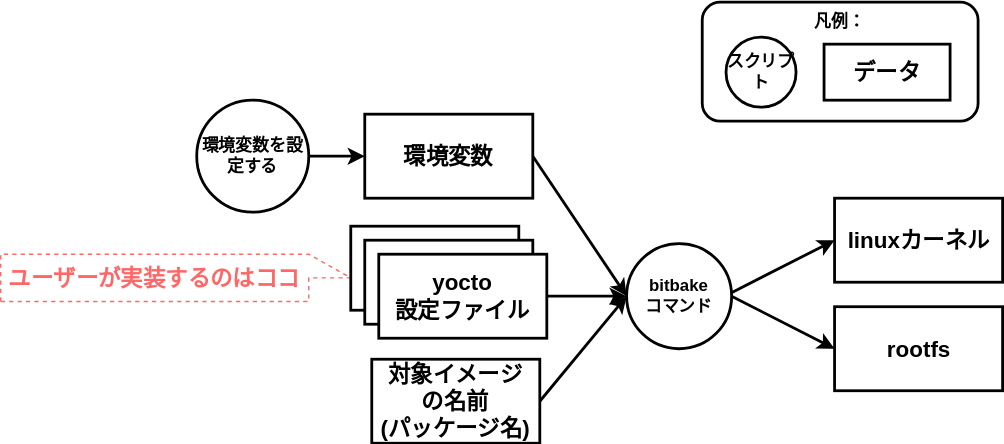
Before: manual/docs/level-1/images/os-build.drawio.svg, a diagram exported from draw.io (AngryMane/yocto-learning). Source tidied: cells renumbered, new cells last; positions are measured from the earlier drawing's top-left corner, leaving out a move shared by most shapes. Source of this version:
```xml
<mxGraphModel>
  <root>
    <mxCell id="0" />
    <mxCell id="1" parent="0" />
    <mxCell id="2" style="edgeStyle=none;html=1;entryX=0;entryY=0.5;entryDx=0;entryDy=0;endArrow=classic;endFill=1;strokeWidth=2;fontStyle=1;" parent="1" edge="1" target="10">
      <mxGeometry relative="1" as="geometry">
        <mxPoint x="517" y="210" as="sourcePoint" />
      </mxGeometry>
    </mxCell>
    <mxCell id="3" style="edgeStyle=none;html=1;entryX=0;entryY=0.5;entryDx=0;entryDy=0;strokeWidth=2;exitX=1;exitY=0.5;exitDx=0;exitDy=0;" parent="1" edge="1" source="18" target="11">
      <mxGeometry relative="1" as="geometry" />
    </mxCell>
    <mxCell id="4" style="edgeStyle=none;html=1;exitX=1;exitY=0.5;exitDx=0;exitDy=0;fontStyle=1;strokeWidth=2;entryX=0;entryY=0.5;entryDx=0;entryDy=0;" parent="1" edge="1" source="16" target="18">
      <mxGeometry relative="1" as="geometry" />
    </mxCell>
    <mxCell id="5" style="edgeStyle=none;html=1;exitX=1;exitY=0.5;exitDx=0;exitDy=0;strokeWidth=2;entryX=0;entryY=0.5;entryDx=0;entryDy=0;" parent="1" edge="1" source="6" target="18">
      <mxGeometry relative="1" as="geometry" />
    </mxCell>
    <mxCell id="6" value="環境変数" style="rounded=0;whiteSpace=wrap;html=1;fontSize=16;fontStyle=1;strokeWidth=2;" parent="1" vertex="1">
      <mxGeometry x="260" y="80" width="120" height="60" as="geometry" />
    </mxCell>
    <mxCell id="7" style="edgeStyle=none;html=1;exitX=1;exitY=0.5;exitDx=0;exitDy=0;strokeWidth=2;" parent="1" edge="1" source="8" target="6">
      <mxGeometry relative="1" as="geometry" />
    </mxCell>
    <mxCell id="8" value="環境変数を設定する" style="ellipse;whiteSpace=wrap;html=1;flipH=1;fontStyle=1;strokeWidth=2;" parent="1" vertex="1">
      <mxGeometry x="140" y="70" width="80" height="80" as="geometry" />
    </mxCell>
    <mxCell id="9" value="ユーザーが実装するのはココ" style="shape=callout;whiteSpace=wrap;html=1;perimeter=calloutPerimeter;dashed=1;strokeWidth=1;fillColor=none;direction=north;strokeColor=#FF6666;fontColor=#FF6666;fontStyle=1;fontSize=16;" parent="1" vertex="1">
      <mxGeometry y="180" width="250" height="33.8" as="geometry" />
    </mxCell>
    <mxCell id="10" value="linuxカーネル" style="rounded=0;whiteSpace=wrap;html=1;fontSize=16;fontStyle=1;strokeWidth=2;" parent="1" vertex="1">
      <mxGeometry x="595.5" y="140" width="120" height="60" as="geometry" />
    </mxCell>
    <mxCell id="11" value="rootfs" style="rounded=0;whiteSpace=wrap;html=1;fontSize=16;fontStyle=1;strokeWidth=2;" parent="1" vertex="1">
      <mxGeometry x="595.5" y="217.5" width="120" height="60" as="geometry" />
    </mxCell>
    <mxCell id="12" style="ellipse;whiteSpace=wrap;html=1;" parent="1" vertex="1">
      <mxGeometry x="557" y="242.5" as="geometry" />
    </mxCell>
    <mxCell id="13" style="edgeStyle=none;html=1;exitX=1;exitY=0.5;exitDx=0;exitDy=0;strokeWidth=2;entryX=0;entryY=0.5;entryDx=0;entryDy=0;" parent="1" edge="1" source="17" target="18">
      <mxGeometry relative="1" as="geometry" />
    </mxCell>
    <mxCell id="14" value="poky" style="rounded=0;whiteSpace=wrap;html=1;fontSize=16;fontStyle=1;strokeWidth=2;" parent="1" vertex="1">
      <mxGeometry x="250" y="160" width="120" height="60" as="geometry" />
    </mxCell>
    <mxCell id="15" value="poky" style="rounded=0;whiteSpace=wrap;html=1;fontSize=16;fontStyle=1;strokeWidth=2;" parent="1" vertex="1">
      <mxGeometry x="260" y="170" width="120" height="60" as="geometry" />
    </mxCell>
    <mxCell id="16" value="yocto&lt;br&gt;設定ファイル" style="rounded=0;whiteSpace=wrap;html=1;fontSize=16;fontStyle=1;strokeWidth=2;" parent="1" vertex="1">
      <mxGeometry x="270" y="180" width="120" height="60" as="geometry" />
    </mxCell>
    <mxCell id="17" value="対象イメージ&lt;br&gt;の名前&lt;br&gt;(パッケージ名)" style="rounded=0;whiteSpace=wrap;html=1;fontSize=16;fontStyle=1;strokeWidth=2;" parent="1" vertex="1">
      <mxGeometry x="265" y="255" width="120" height="60" as="geometry" />
    </mxCell>
    <mxCell id="18" value="bitbake&lt;br&gt;コマンド" style="ellipse;whiteSpace=wrap;html=1;flipH=1;fontStyle=1;strokeWidth=2;" parent="1" vertex="1">
      <mxGeometry x="447" y="172.5" width="75" height="75" as="geometry" />
    </mxCell>
    <mxCell id="19" value="凡例：" style="rounded=1;whiteSpace=wrap;html=1;strokeWidth=2;fillColor=none;strokeColor=#000000;fontStyle=1;verticalAlign=top;" parent="1" vertex="1">
      <mxGeometry x="501" width="197" height="85" as="geometry" />
    </mxCell>
    <mxCell id="20" value="スクリプト" style="ellipse;whiteSpace=wrap;html=1;flipH=1;fontStyle=1;strokeWidth=2;" parent="1" vertex="1">
      <mxGeometry x="518" y="25" width="50" height="50" as="geometry" />
    </mxCell>
    <mxCell id="21" value="データ" style="rounded=0;whiteSpace=wrap;html=1;fontSize=16;fontStyle=1;strokeWidth=2;" parent="1" vertex="1">
      <mxGeometry x="588" y="30" width="90" height="40" as="geometry" />
    </mxCell>
  </root>
</mxGraphModel>
```
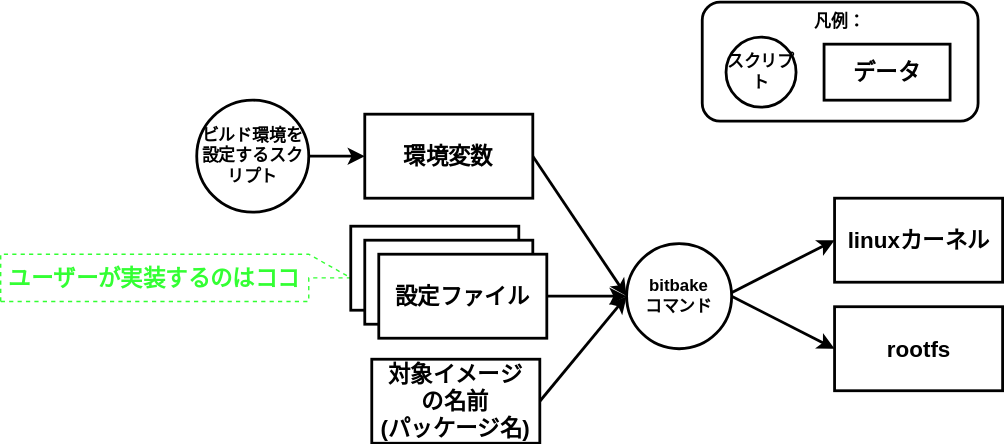
Above is the later version.

What changed in the source:
```diff
@@ -22,10 +22,10 @@
     <mxCell id="7" style="edgeStyle=none;html=1;exitX=1;exitY=0.5;exitDx=0;exitDy=0;strokeWidth=2;" parent="1" edge="1" source="8" target="6">
       <mxGeometry relative="1" as="geometry" />
     </mxCell>
-    <mxCell id="8" value="環境変数を設定する" style="ellipse;whiteSpace=wrap;html=1;flipH=1;fontStyle=1;strokeWidth=2;" parent="1" vertex="1">
+    <mxCell id="8" value="ビルド環境を設定するスクリプト" style="ellipse;whiteSpace=wrap;html=1;flipH=1;fontStyle=1;strokeWidth=2;" parent="1" vertex="1">
       <mxGeometry x="140" y="70" width="80" height="80" as="geometry" />
     </mxCell>
-    <mxCell id="9" value="ユーザーが実装するのはココ" style="shape=callout;whiteSpace=wrap;html=1;perimeter=calloutPerimeter;dashed=1;strokeWidth=1;fillColor=none;direction=north;strokeColor=#FF6666;fontColor=#FF6666;fontStyle=1;fontSize=16;" parent="1" vertex="1">
+    <mxCell id="9" value="ユーザーが実装するのはココ" style="shape=callout;whiteSpace=wrap;html=1;perimeter=calloutPerimeter;dashed=1;strokeWidth=1;fillColor=none;direction=north;strokeColor=#33FF33;fontColor=#33FF33;fontStyle=1;fontSize=16;" parent="1" vertex="1">
       <mxGeometry y="180" width="250" height="33.8" as="geometry" />
     </mxCell>
     <mxCell id="10" value="linuxカーネル" style="rounded=0;whiteSpace=wrap;html=1;fontSize=16;fontStyle=1;strokeWidth=2;" parent="1" vertex="1">
@@ -46,7 +46,7 @@
     <mxCell id="15" value="poky" style="rounded=0;whiteSpace=wrap;html=1;fontSize=16;fontStyle=1;strokeWidth=2;" parent="1" vertex="1">
       <mxGeometry x="260" y="170" width="120" height="60" as="geometry" />
     </mxCell>
-    <mxCell id="16" value="yocto&lt;br&gt;設定ファイル" style="rounded=0;whiteSpace=wrap;html=1;fontSize=16;fontStyle=1;strokeWidth=2;" parent="1" vertex="1">
+    <mxCell id="16" value="設定ファイル" style="rounded=0;whiteSpace=wrap;html=1;fontSize=16;fontStyle=1;strokeWidth=2;" parent="1" vertex="1">
       <mxGeometry x="270" y="180" width="120" height="60" as="geometry" />
     </mxCell>
     <mxCell id="17" value="対象イメージ&lt;br&gt;の名前&lt;br&gt;(パッケージ名)" style="rounded=0;whiteSpace=wrap;html=1;fontSize=16;fontStyle=1;strokeWidth=2;" parent="1" vertex="1">
```
